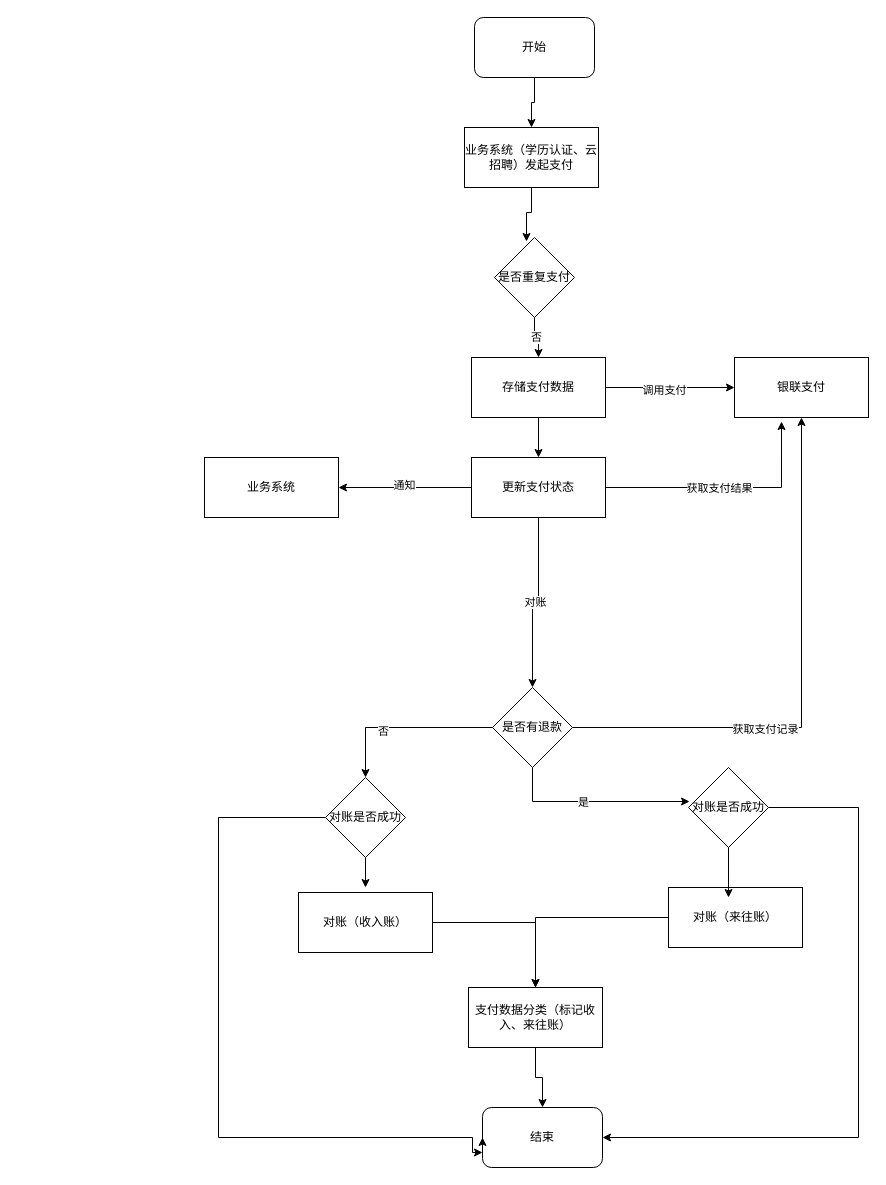
This is 财务系统数据流.drawio from zhangfengman/autoJs, a draw.io file, before an edit. Source tidied: cells renumbered, new cells numbered last; positions are measured from the earlier drawing's top-left corner, leaving out a move shared by most shapes. Both pictures are drawn from the tidied source at 100%, with x=0, y=0 at pixel (204, 17).
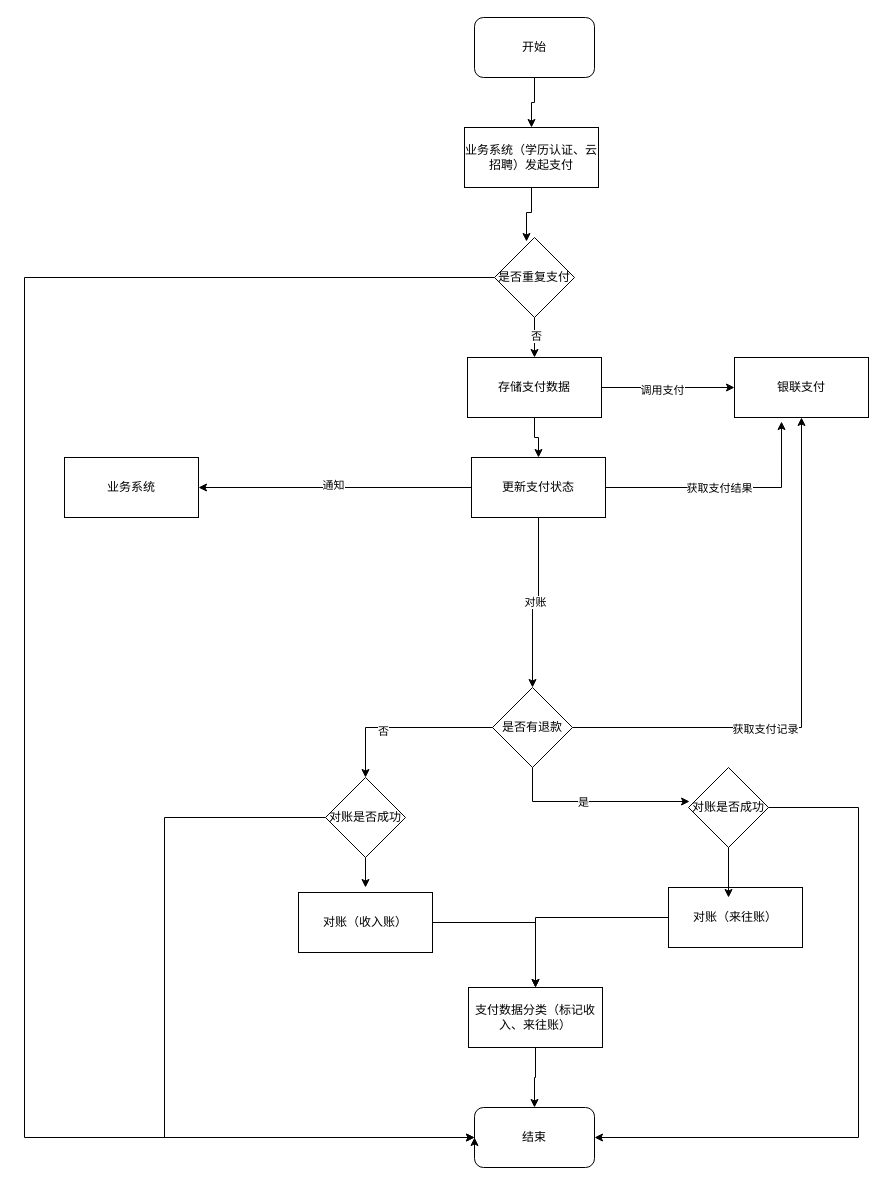
Above is the later version.

Commit message (it also covers changes not shown here):
更新财务系统数据流.drawio

The change refers to these unchanged cells:
```xml
<mxCell id="12" value="是否重复支付" style="rhombus;whiteSpace=wrap;html=1;" parent="1" vertex="1">
  <mxGeometry x="290" y="220" width="80" height="80" as="geometry" />
</mxCell>
<mxCell id="38" value="对账是否成功" style="rhombus;whiteSpace=wrap;html=1;" parent="1" vertex="1">
  <mxGeometry x="121" y="760" width="80" height="80" as="geometry" />
</mxCell>
```

Change to the diagram source:
```diff
@@
     <mxCell id="8" value="存储支付数据" style="rounded=0;whiteSpace=wrap;html=1;" parent="1" vertex="1">
-      <mxGeometry x="267" y="340" width="134" height="60" as="geometry" />
+      <mxGeometry x="263" y="340" width="134" height="60" as="geometry" />
     </mxCell>
@@
+    <mxCell id="43" style="edgeStyle=orthogonalEdgeStyle;rounded=0;jettySize=auto;html=1;" parent="1" edge="1" source="12" target="23">
+      <mxGeometry relative="1" as="geometry">
+        <Array as="points">
+          <mxPoint x="-180" y="260" />
+          <mxPoint x="-180" y="1120" />
+        </Array>
+      </mxGeometry>
+    </mxCell>
@@
     <mxCell id="20" value="业务系统" style="rounded=0;whiteSpace=wrap;html=1;" parent="1" vertex="1">
-      <mxGeometry y="440" width="134" height="60" as="geometry" />
+      <mxGeometry x="-140" y="440" width="134" height="60" as="geometry" />
     </mxCell>
@@
     <mxCell id="23" value="结束" style="rounded=1;whiteSpace=wrap;html=1;" parent="1" vertex="1">
-      <mxGeometry x="278" y="1090" width="120" height="60" as="geometry" />
+      <mxGeometry x="270" y="1090" width="120" height="60" as="geometry" />
     </mxCell>
@@
-    <mxCell id="37" style="edgeStyle=orthogonalEdgeStyle;rounded=0;jettySize=auto;html=1;entryX=0;entryY=0.75;entryDx=0;entryDy=0;" parent="1" edge="1" source="38" target="23">
+    <mxCell id="37" style="edgeStyle=orthogonalEdgeStyle;rounded=0;jettySize=auto;html=1;" parent="1" edge="1" source="38" target="23">
       <mxGeometry relative="1" as="geometry">
         <Array as="points">
-          <mxPoint x="14" y="800" />
-          <mxPoint x="14" y="1120" />
-          <mxPoint x="268" y="1120" />
-          <mxPoint x="268" y="1135" />
+          <mxPoint x="-40" y="800" />
+          <mxPoint x="-40" y="1120" />
         </Array>
       </mxGeometry>
     </mxCell>
```
